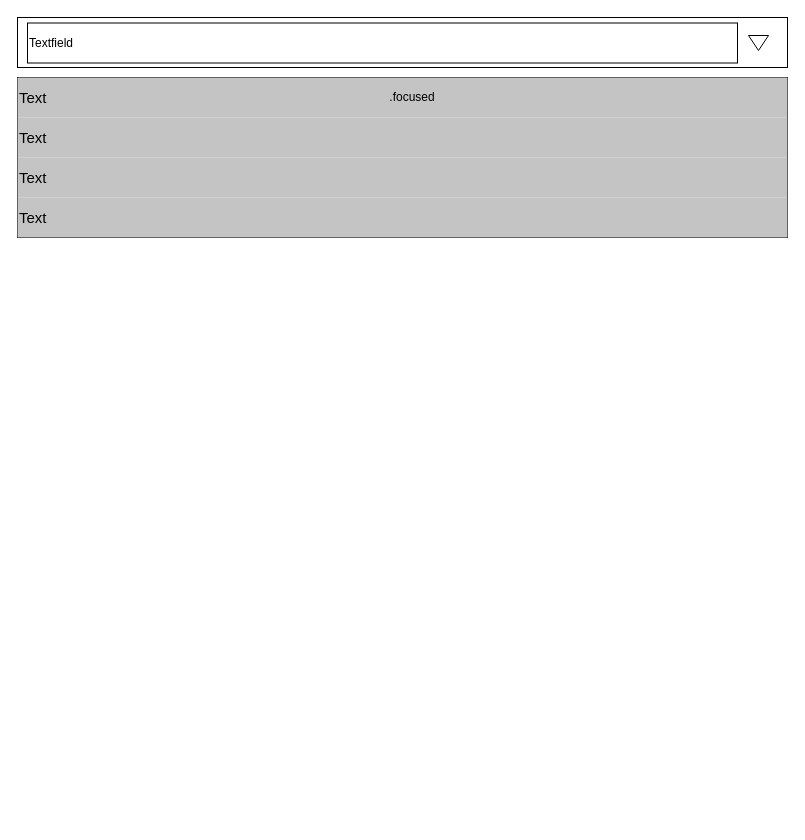
johnsonmercyi/buyerslounge keeps this draw.io diagram as page "Page-4" (4 of 4) of Plan Diagram.drawio. Above is the earlier version. Source tidied: cells renumbered, new cells numbered last; positions are measured from the earlier drawing's top-left corner, leaving out a move shared by most shapes. Both pictures are drawn from the tidied source at 100%, with x=0, y=0 at pixel (17, 17).
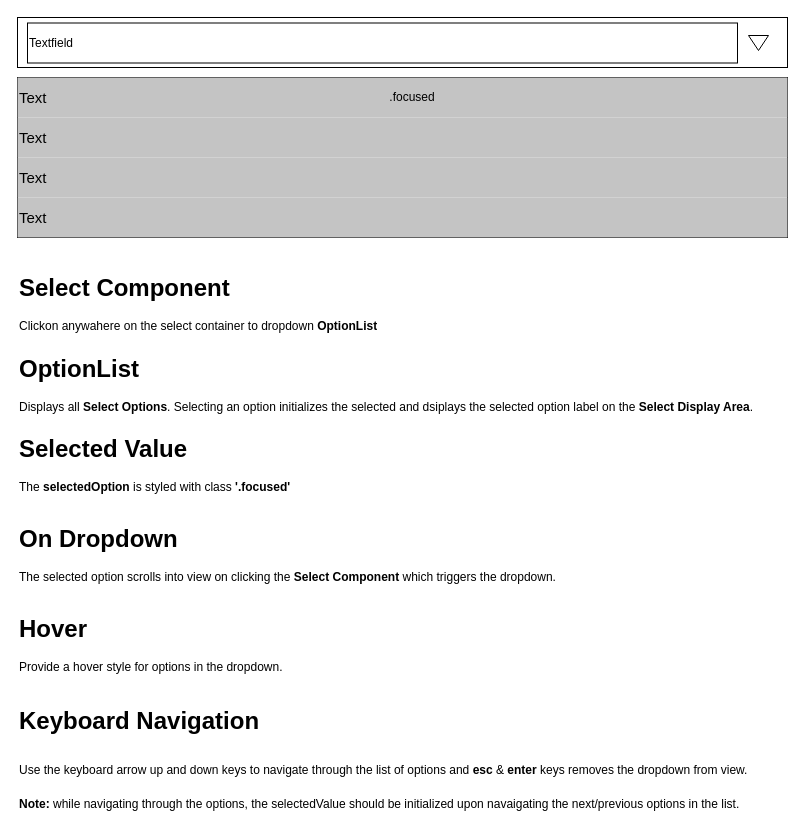
After the change.

What changed in the source:
```diff
@@
 <mxGraphModel>
   <root>
     <mxCell id="0" />
     <mxCell id="1" parent="0" />
     <mxCell id="2" style="rounded=0;whiteSpace=wrap;html=1;" parent="1" vertex="1">
       <mxGeometry width="770" height="50" as="geometry" />
     </mxCell>
     <mxCell id="3" style="triangle;whiteSpace=wrap;html=1;direction=south;" parent="1" vertex="1">
       <mxGeometry x="731" y="18" width="20" height="15" as="geometry" />
     </mxCell>
     <mxCell id="4" value="Textfield" style="rounded=0;whiteSpace=wrap;html=1;align=left;" parent="1" vertex="1">
       <mxGeometry x="10" y="5.5" width="710" height="40" as="geometry" />
     </mxCell>
     <mxCell id="5" style="whiteSpace=wrap;html=1;" parent="1" vertex="1">
       <mxGeometry y="60" width="770" height="160" as="geometry" />
     </mxCell>
     <mxCell id="6" value="Text" style="text;html=1;align=left;verticalAlign=middle;whiteSpace=wrap;rounded=0;fontSize=15;fillColor=#C4C4C4;" parent="1" vertex="1">
       <mxGeometry y="60" width="770" height="40" as="geometry" />
     </mxCell>
     <mxCell id="7" value="Text" style="text;html=1;align=left;verticalAlign=middle;whiteSpace=wrap;rounded=0;fontSize=15;fillColor=#C4C4C4;" parent="1" vertex="1">
       <mxGeometry y="100" width="770" height="40" as="geometry" />
     </mxCell>
     <mxCell id="8" value="Text" style="text;html=1;align=left;verticalAlign=middle;whiteSpace=wrap;rounded=0;fontSize=15;fillColor=#C4C4C4;" parent="1" vertex="1">
       <mxGeometry y="140" width="770" height="40" as="geometry" />
     </mxCell>
     <mxCell id="9" value="Text" style="text;html=1;align=left;verticalAlign=middle;whiteSpace=wrap;rounded=0;fontSize=15;fillColor=#C4C4C4;" parent="1" vertex="1">
       <mxGeometry y="180" width="770" height="40" as="geometry" />
     </mxCell>
     <mxCell id="10" value=".focused" style="text;html=1;align=center;verticalAlign=middle;whiteSpace=wrap;rounded=0;" parent="1" vertex="1">
       <mxGeometry x="365" y="65" width="60" height="30" as="geometry" />
     </mxCell>
+    <mxCell id="11" value="&lt;h1 style=&quot;margin-top: 0px;&quot;&gt;Select Component&lt;/h1&gt;&lt;p&gt;Clickon anywahere on the select container to dropdown &lt;b&gt;OptionList&lt;/b&gt;&lt;/p&gt;" style="text;html=1;whiteSpace=wrap;overflow=hidden;rounded=0;" parent="1" vertex="1">
+      <mxGeometry y="250" width="760" height="80" as="geometry" />
+    </mxCell>
+    <mxCell id="12" value="&lt;h1 style=&quot;margin-top: 0px;&quot;&gt;OptionList&lt;/h1&gt;&lt;p&gt;Displays all &lt;b&gt;Select Options&lt;/b&gt;. Selecting an option initializes the selected and dsiplays the selected option label on the &lt;b&gt;Select Display Area&lt;/b&gt;.&lt;/p&gt;" style="text;html=1;whiteSpace=wrap;overflow=hidden;rounded=0;" parent="1" vertex="1">
+      <mxGeometry y="331" width="760" height="80" as="geometry" />
+    </mxCell>
+    <mxCell id="13" value="&lt;h1 style=&quot;margin-top: 0px;&quot;&gt;Selected Value&lt;/h1&gt;&lt;p&gt;The &lt;b&gt;selectedOption&lt;/b&gt;&amp;nbsp;is styled with class &lt;b&gt;'.focused'&lt;/b&gt;&lt;/p&gt;" style="text;html=1;whiteSpace=wrap;overflow=hidden;rounded=0;" parent="1" vertex="1">
+      <mxGeometry y="411" width="760" height="80" as="geometry" />
+    </mxCell>
+    <mxCell id="14" value="&lt;h1 style=&quot;margin-top: 0px;&quot;&gt;On Dropdown&lt;/h1&gt;&lt;p&gt;The selected option scrolls into view on clicking the &lt;b&gt;Select Component&lt;/b&gt;&amp;nbsp;which triggers the dropdown.&lt;/p&gt;" style="text;html=1;whiteSpace=wrap;overflow=hidden;rounded=0;" parent="1" vertex="1">
+      <mxGeometry y="501" width="760" height="80" as="geometry" />
+    </mxCell>
+    <mxCell id="15" value="&lt;h1 style=&quot;margin-top: 0px;&quot;&gt;Hover&lt;/h1&gt;&lt;p&gt;Provide a hover style for options in the dropdown.&lt;/p&gt;" style="text;html=1;whiteSpace=wrap;overflow=hidden;rounded=0;" parent="1" vertex="1">
+      <mxGeometry y="591" width="760" height="80" as="geometry" />
+    </mxCell>
+    <mxCell id="16" value="&lt;h1 style=&quot;margin-top: 0px;&quot;&gt;&lt;span style=&quot;background-color: initial;&quot;&gt;Keyboard Navigation&lt;/span&gt;&lt;/h1&gt;&lt;h1 style=&quot;margin-top: 0px;&quot;&gt;&lt;span style=&quot;font-size: 12px; font-weight: 400;&quot;&gt;Use the keyboard arrow up and down keys to navigate through the list of options and &lt;/span&gt;&lt;span style=&quot;font-size: 12px;&quot;&gt;esc &lt;span style=&quot;font-weight: normal;&quot;&gt;&amp;amp; &lt;/span&gt;enter&lt;span style=&quot;font-weight: normal;&quot;&gt;&amp;nbsp;keys removes the dropdown from view.&lt;br&gt;&lt;/span&gt;&lt;/span&gt;&lt;/h1&gt;&lt;div&gt;&lt;b&gt;Note:&lt;/b&gt;&amp;nbsp;while navigating through the options, the selectedValue should be initialized upon navaigating the next/previous options in the list.&lt;/div&gt;" style="text;html=1;whiteSpace=wrap;overflow=hidden;rounded=0;" parent="1" vertex="1">
+      <mxGeometry y="683" width="760" height="119" as="geometry" />
+    </mxCell>
   </root>
 </mxGraphModel>
```
